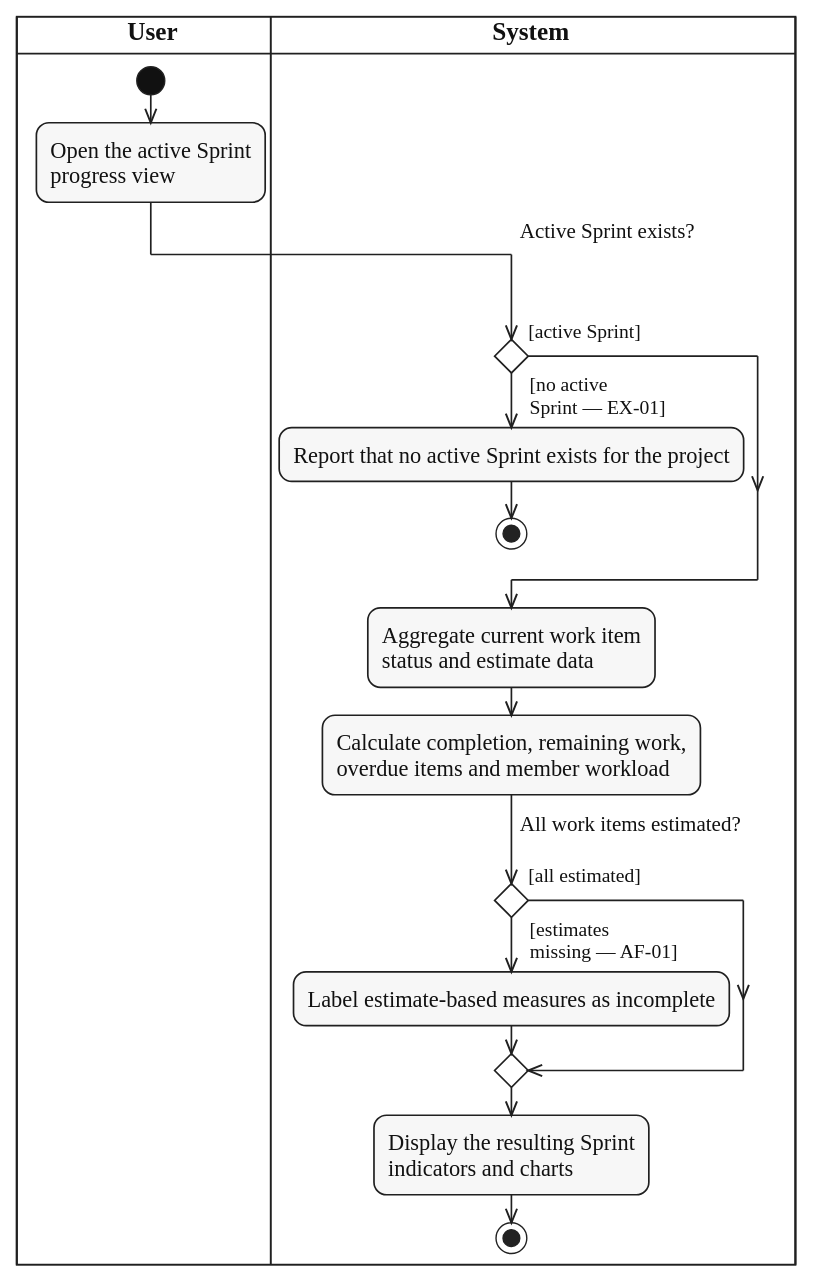
The PlantUML diagram diagrams/activity/scrum-reporting/svg/UC-SPRINT-PROGRESS-MONITOR.svg in lukenab/swd392-doc-automation, before a commit. Its source is kept beside it as diagrams/activity/scrum-reporting/source/UC-SPRINT-PROGRESS-MONITOR.puml. Source of this version:
```plantuml
@startuml UC-SPRINT-PROGRESS-MONITOR
!include ../../_shared/activity-style.puml
|USR| $lane_title("User")
|SYS| $lane_title("System")

|USR|
start
:Open the active Sprint
progress view;
|SYS|
if ($question_x("Active Sprint exists?")) then ($guard_left("[active Sprint]"))
else ($guard_right("[no active", "Sprint — EX-01]"))
  :Report that no active Sprint exists for the project;
  stop
endif
:Aggregate current work item
status and estimate data;
:Calculate completion, remaining work,
overdue items and member workload;
if ($question("All work items estimated?")) then ($guard_left("[all estimated]"))
else ($guard_right("[estimates", "missing — AF-01]"))
  :Label estimate-based measures as incomplete;
endif
:Display the resulting Sprint
indicators and charts;
stop
@enduml
```
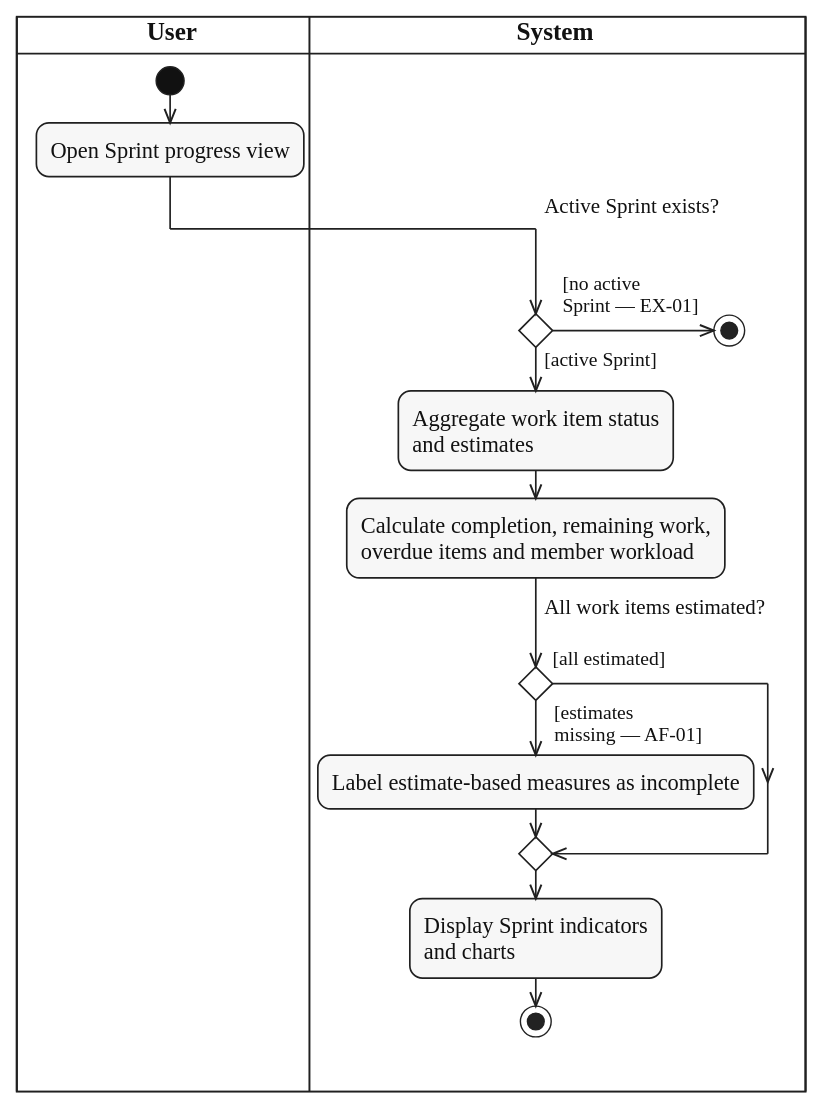
Later version of the same file.

Change to the diagram source:
```diff
@@ -5,23 +5,21 @@
 
 |USR|
 start
-:Open the active Sprint
-progress view;
+:Open Sprint progress view;
 |SYS|
 if ($question_x("Active Sprint exists?")) then ($guard_left("[active Sprint]"))
+  :Aggregate work item status
+  and estimates;
+  :Calculate completion, remaining work,
+  overdue items and member workload;
+  if ($question("All work items estimated?")) then ($guard_left("[all estimated]"))
+  else ($guard_right("[estimates", "missing — AF-01]"))
+    :Label estimate-based measures as incomplete;
+  endif
+  :Display Sprint indicators
+  and charts;
+  stop
 else ($guard_right("[no active", "Sprint — EX-01]"))
-  :Report that no active Sprint exists for the project;
   stop
 endif
-:Aggregate current work item
-status and estimate data;
-:Calculate completion, remaining work,
-overdue items and member workload;
-if ($question("All work items estimated?")) then ($guard_left("[all estimated]"))
-else ($guard_right("[estimates", "missing — AF-01]"))
-  :Label estimate-based measures as incomplete;
-endif
-:Display the resulting Sprint
-indicators and charts;
-stop
 @enduml
```
